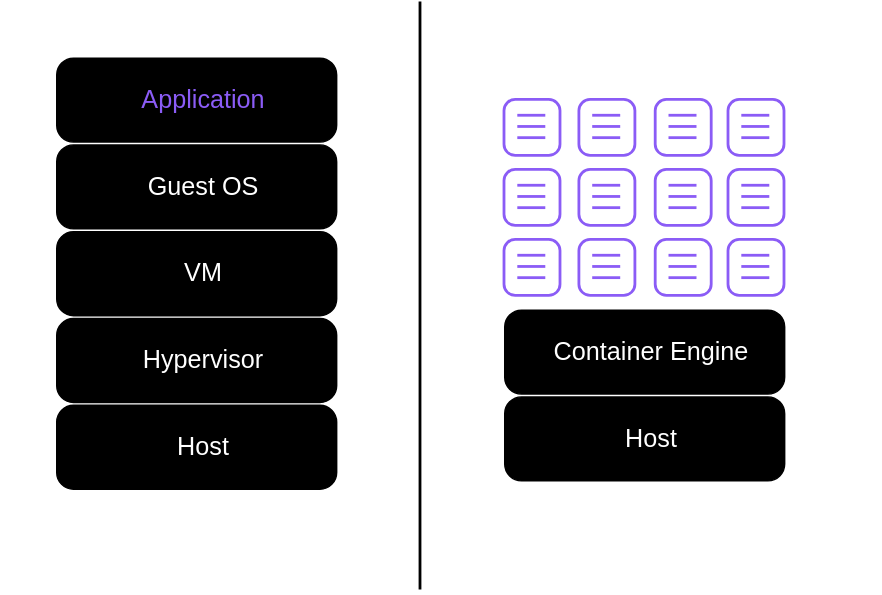
Gepardec/containerization-training keeps this draw.io diagram as presentation/assets/images/02_virtualization_vs_containerization/component-density.svg. Above is the earlier version. Source tidied: cells renumbered, new cells last; positions are measured from the earlier drawing's top-left corner, leaving out a move shared by most shapes.
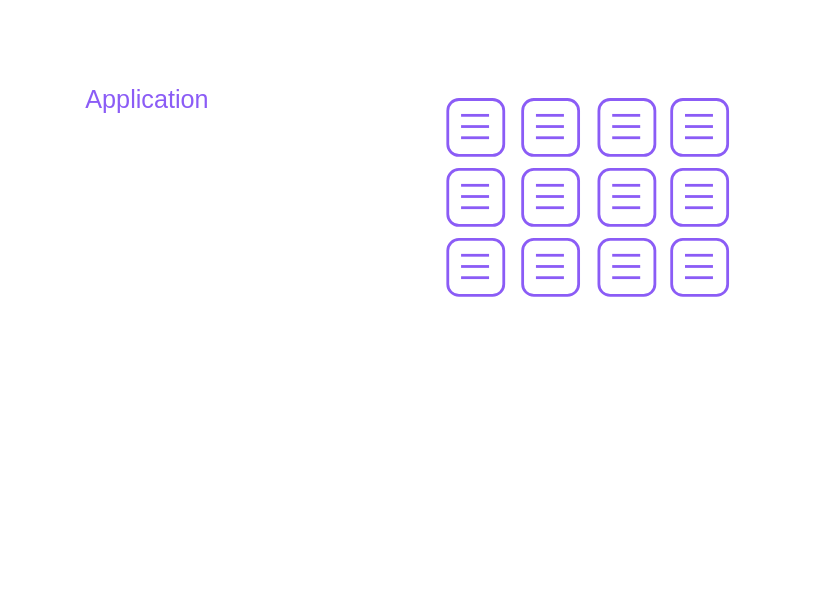
The same file after the commit.

Change to the diagram source:
```diff
@@ -2,25 +2,25 @@
   <root>
     <mxCell id="0" />
     <mxCell id="1" parent="0" />
-    <mxCell id="2" value="Host" style="rounded=1;whiteSpace=wrap;html=1;arcSize=20;fontSize=18;align=center;perimeterSpacing=0;spacingLeft=10;fontColor=#FFFFFF;fillColor=#000000;" parent="1" vertex="1">
+    <mxCell id="2" value="Host" style="rounded=1;whiteSpace=wrap;html=1;arcSize=20;fontSize=18;align=center;perimeterSpacing=0;spacingLeft=10;fontColor=#FFFFFF;fillColor=none;strokeColor=#FFFFFF;" parent="1" vertex="1">
       <mxGeometry x="40" y="288" width="200" height="60" as="geometry" />
     </mxCell>
-    <mxCell id="3" value="Hypervisor" style="rounded=1;whiteSpace=wrap;html=1;arcSize=20;fontSize=18;align=center;perimeterSpacing=0;spacingLeft=10;fontColor=#FFFFFF;fillColor=#000000;" parent="1" vertex="1">
+    <mxCell id="3" value="Hypervisor" style="rounded=1;whiteSpace=wrap;html=1;arcSize=20;fontSize=18;align=center;perimeterSpacing=0;spacingLeft=10;fontColor=#FFFFFF;fillColor=none;strokeColor=#FFFFFF;" parent="1" vertex="1">
       <mxGeometry x="40" y="226" width="200" height="60" as="geometry" />
     </mxCell>
-    <mxCell id="4" value="VM" style="rounded=1;whiteSpace=wrap;html=1;arcSize=20;fontSize=18;align=center;perimeterSpacing=0;spacingLeft=10;fontColor=#FFFFFF;fillColor=#000000;" parent="1" vertex="1">
+    <mxCell id="4" value="VM" style="rounded=1;whiteSpace=wrap;html=1;arcSize=20;fontSize=18;align=center;perimeterSpacing=0;spacingLeft=10;fontColor=#FFFFFF;fillColor=none;strokeColor=#FFFFFF;" parent="1" vertex="1">
       <mxGeometry x="40" y="164" width="200" height="60" as="geometry" />
     </mxCell>
-    <mxCell id="5" value="Guest OS" style="rounded=1;whiteSpace=wrap;html=1;arcSize=20;fontSize=18;align=center;perimeterSpacing=0;spacingLeft=10;fontColor=#FFFFFF;fillColor=#000000;" parent="1" vertex="1">
+    <mxCell id="5" value="Guest OS" style="rounded=1;whiteSpace=wrap;html=1;arcSize=20;fontSize=18;align=center;perimeterSpacing=0;spacingLeft=10;fontColor=#FFFFFF;fillColor=none;strokeColor=#FFFFFF;" parent="1" vertex="1">
       <mxGeometry x="40" y="102" width="200" height="60" as="geometry" />
     </mxCell>
-    <mxCell id="6" value="Application" style="rounded=1;whiteSpace=wrap;html=1;arcSize=20;fontSize=18;align=center;perimeterSpacing=0;spacingLeft=10;strokeColor=#000000;fontColor=#8B5CF6;fontStyle=0;fillColor=#000000;" parent="1" vertex="1">
+    <mxCell id="6" value="Application" style="rounded=1;whiteSpace=wrap;html=1;arcSize=20;fontSize=18;align=center;perimeterSpacing=0;spacingLeft=10;strokeColor=#FFFFFF;fontColor=#8B5CF6;fontStyle=0;fillColor=none;" parent="1" vertex="1">
       <mxGeometry x="40" y="40" width="200" height="60" as="geometry" />
     </mxCell>
-    <mxCell id="7" value="Container Engine" style="rounded=1;whiteSpace=wrap;html=1;arcSize=20;fontSize=18;align=center;perimeterSpacing=0;spacingLeft=10;fontColor=#FFFFFF;fillColor=#000000;" parent="1" vertex="1">
+    <mxCell id="7" value="Container Engine" style="rounded=1;whiteSpace=wrap;html=1;arcSize=20;fontSize=18;align=center;perimeterSpacing=0;spacingLeft=10;fontColor=#FFFFFF;fillColor=none;strokeColor=#FFFFFF;" parent="1" vertex="1">
       <mxGeometry x="360" y="220" width="200" height="60" as="geometry" />
     </mxCell>
-    <mxCell id="8" value="Host" style="rounded=1;whiteSpace=wrap;html=1;arcSize=20;fontSize=18;align=center;perimeterSpacing=0;spacingLeft=10;fontColor=#FFFFFF;fillColor=#000000;" parent="1" vertex="1">
+    <mxCell id="8" value="Host" style="rounded=1;whiteSpace=wrap;html=1;arcSize=20;fontSize=18;align=center;perimeterSpacing=0;spacingLeft=10;fontColor=#FFFFFF;fillColor=none;strokeColor=#FFFFFF;" parent="1" vertex="1">
       <mxGeometry x="360" y="282" width="200" height="60" as="geometry" />
     </mxCell>
     <mxCell id="9" style="group;fillColor=none;" parent="1" vertex="1">
@@ -311,16 +311,13 @@
         <mxPoint x="29.5" y="27.3" as="targetPoint" />
       </mxGeometry>
     </mxCell>
-    <mxCell id="69" style="endArrow=none;html=1;rounded=0;fontSize=13;fontColor=#000000;strokeColor=#000000;strokeWidth=2;exitX=0;exitY=1;exitDx=0;exitDy=0;" parent="1" edge="1" source="71">
+    <mxCell id="69" style="endArrow=none;html=1;rounded=0;fontSize=13;fontColor=#000000;strokeColor=#FFFFFF;strokeWidth=2;exitX=0;exitY=1;exitDx=0;exitDy=0;" parent="1" edge="1" source="70">
       <mxGeometry relative="1" as="geometry">
         <mxPoint x="300" as="targetPoint" />
       </mxGeometry>
     </mxCell>
-    <mxCell id="70" value="Virtual Machines" style="text;html=1;strokeColor=none;fillColor=none;align=center;verticalAlign=middle;whiteSpace=wrap;rounded=0;fontSize=30;fontColor=#FFFFFF;" parent="1" vertex="1">
-      <mxGeometry y="390" width="300" height="30" as="geometry" />
+    <mxCell id="70" value="Containers" style="text;html=1;strokeColor=none;fillColor=none;align=center;verticalAlign=middle;whiteSpace=wrap;rounded=0;fontSize=30;fontColor=#FFFFFF;" parent="1" vertex="1">
+      <mxGeometry x="300" y="390" width="330" height="30" as="geometry" />
     </mxCell>
-    <mxCell id="71" value="Containers" style="text;html=1;strokeColor=none;fillColor=none;align=center;verticalAlign=middle;whiteSpace=wrap;rounded=0;fontSize=30;fontColor=#FFFFFF;" parent="1" vertex="1">
-      <mxGeometry x="300" y="390" width="330" height="30" as="geometry" />
-    </mxCell>
   </root>
 </mxGraphModel>
```
